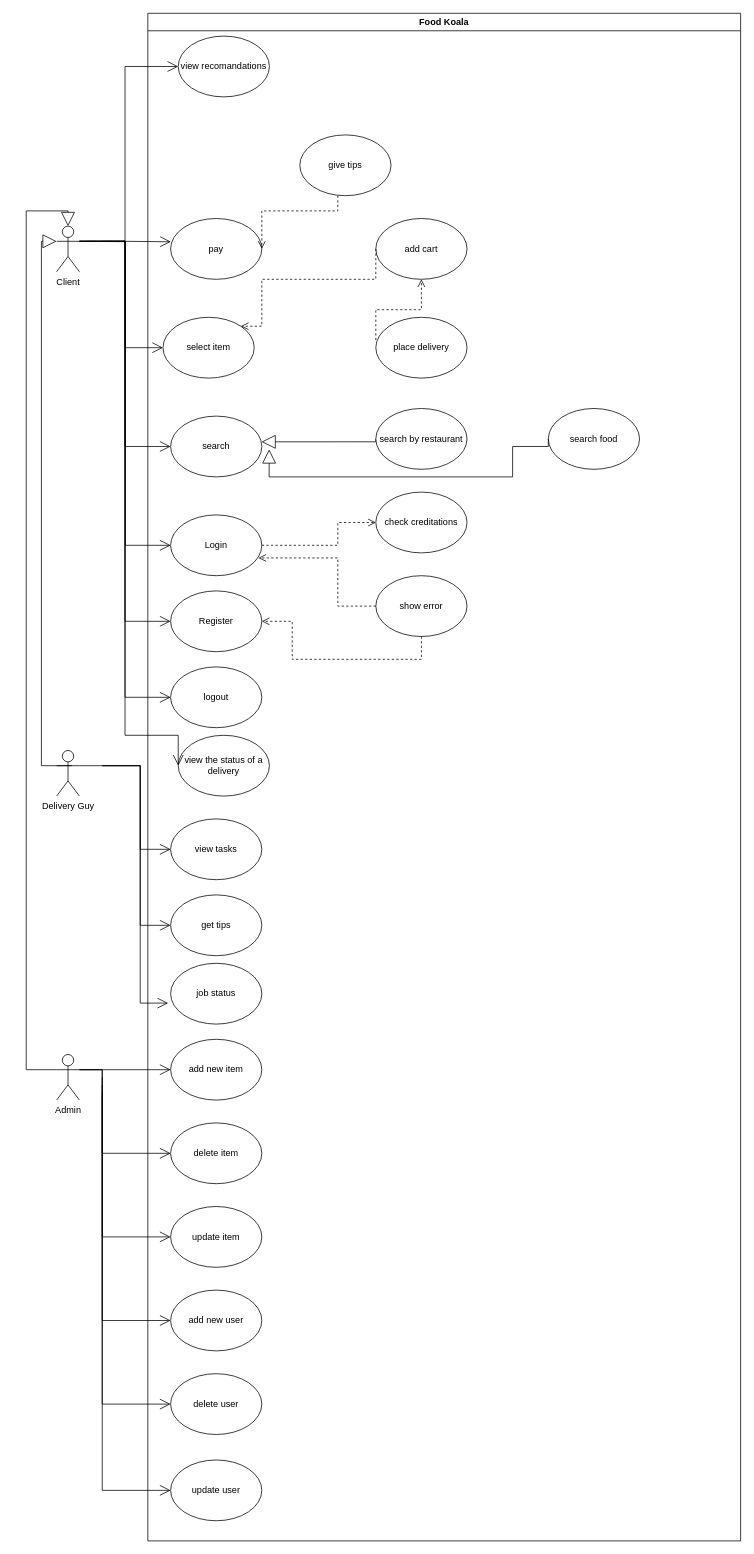
Above: useCaseProject.drawio in PaulaSirghi/IS-proiect (draw.io), before the change. Source tidied: cells renumbered, new cells numbered last; positions are measured from the earlier drawing's top-left corner, leaving out a move shared by most shapes. Both pictures are drawn from the tidied source at 76%, with x=0, y=0 at pixel (26, 13).
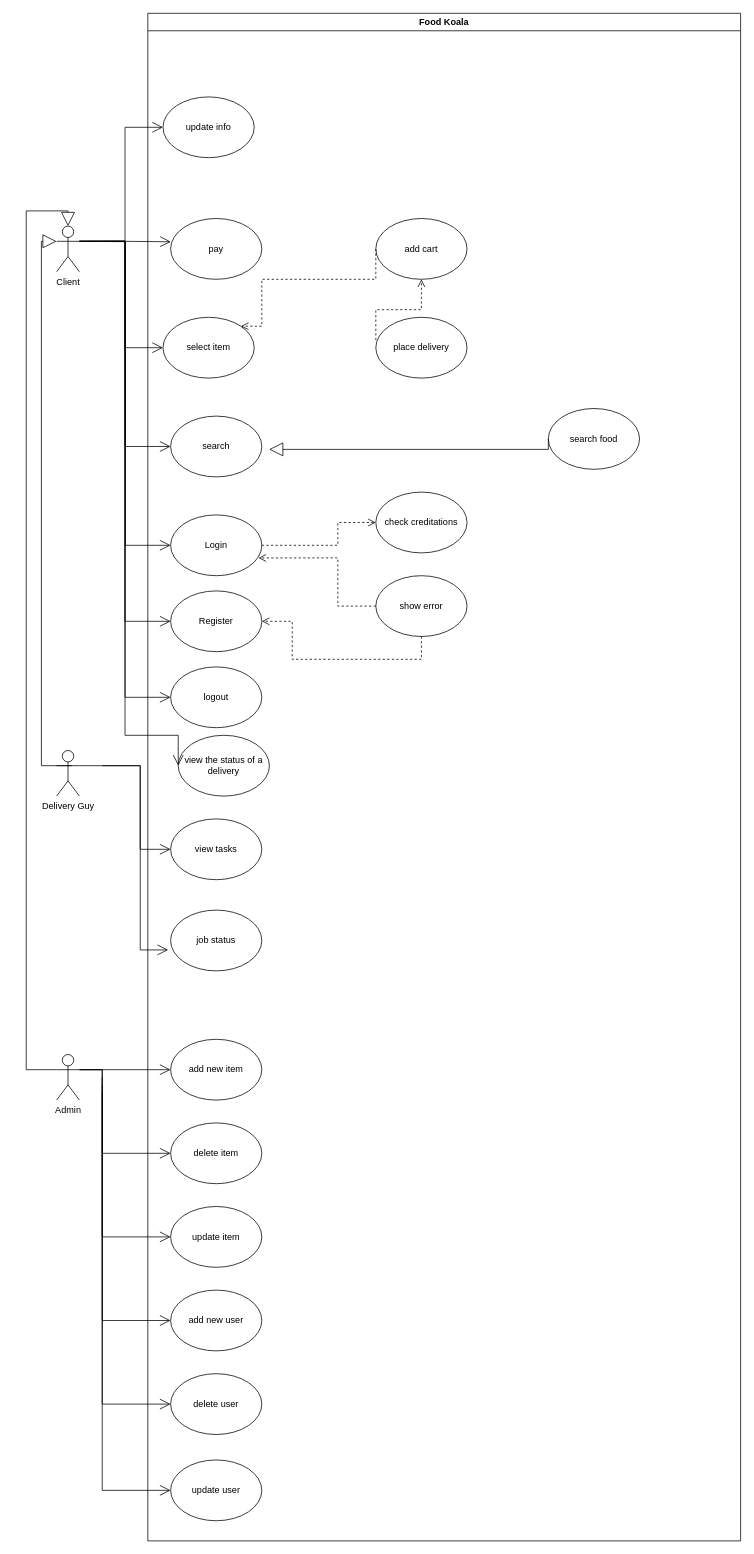
Above is the later version.

Unchanged cells that the change refers to:
```xml
<mxCell id="4" value="pay" style="ellipse;whiteSpace=wrap;html=1;" parent="1" vertex="1">
  <mxGeometry x="190" y="270" width="120" height="80" as="geometry" />
</mxCell>
<mxCell id="5" value="search" style="ellipse;whiteSpace=wrap;html=1;" parent="1" vertex="1">
  <mxGeometry x="190" y="530" width="120" height="80" as="geometry" />
</mxCell>
<mxCell id="28" value="Food Koala" style="swimlane;" parent="1" vertex="1">
  <mxGeometry x="160" width="780" height="2010" as="geometry" />
</mxCell>
<mxCell id="35" value="search food" style="ellipse;whiteSpace=wrap;html=1;" parent="28" vertex="1">
  <mxGeometry x="527" y="520" width="120" height="80" as="geometry" />
</mxCell>
```

The edit, as a diff of the source:
```diff
@@
-    <mxCell id="14" style="endArrow=block;endSize=16;endFill=0;html=1;rounded=0;edgeStyle=orthogonalEdgeStyle;exitX=0;exitY=0.5;exitDx=0;exitDy=0;entryX=0.997;entryY=0.423;entryDx=0;entryDy=0;entryPerimeter=0;" parent="1" edge="1" source="32" target="5">
-      <mxGeometry x="0.25" y="70" relative="1" as="geometry">
-        <Array as="points">
-          <mxPoint x="460" y="564" />
-        </Array>
-      </mxGeometry>
-    </mxCell>
@@
-    <mxCell id="23" value="job status" style="ellipse;whiteSpace=wrap;html=1;" parent="1" vertex="1">
-      <mxGeometry x="190" y="1250" width="120" height="80" as="geometry" />
-    </mxCell>
-    <mxCell id="24" value="get tips" style="ellipse;whiteSpace=wrap;html=1;" parent="1" vertex="1">
-      <mxGeometry x="190" y="1160" width="120" height="80" as="geometry" />
-    </mxCell>
@@
-    <mxCell id="32" value="search by restaurant" style="ellipse;whiteSpace=wrap;html=1;" parent="28" vertex="1">
-      <mxGeometry x="300" y="520" width="120" height="80" as="geometry" />
-    </mxCell>
@@
-    <mxCell id="36" value="view recomandations" style="ellipse;whiteSpace=wrap;html=1;" parent="28" vertex="1">
-      <mxGeometry x="40" y="30" width="120" height="80" as="geometry" />
-    </mxCell>
@@
-    <mxCell id="39" value="give tips" style="ellipse;whiteSpace=wrap;html=1;" parent="28" vertex="1">
-      <mxGeometry x="200" y="160" width="120" height="80" as="geometry" />
-    </mxCell>
+    <mxCell id="23" value="job status" style="ellipse;whiteSpace=wrap;html=1;" parent="28" vertex="1">
+      <mxGeometry x="30" y="1180" width="120" height="80" as="geometry" />
+    </mxCell>
+    <mxCell id="57" value="update info" style="ellipse;whiteSpace=wrap;html=1;" parent="28" vertex="1">
+      <mxGeometry x="20" y="110" width="120" height="80" as="geometry" />
+    </mxCell>
@@
-    <mxCell id="50" style="endArrow=open;endFill=1;endSize=12;html=1;rounded=0;edgeStyle=orthogonalEdgeStyle;entryX=0;entryY=0.5;entryDx=0;entryDy=0;" parent="1" edge="1" target="24">
-      <mxGeometry relative="1" as="geometry">
-        <mxPoint x="100" y="990" as="sourcePoint" />
-        <Array as="points">
-          <mxPoint x="150" y="990" />
-          <mxPoint x="150" y="1200" />
-        </Array>
-      </mxGeometry>
-    </mxCell>
     <mxCell id="51" style="endArrow=open;endFill=1;endSize=12;html=1;rounded=0;edgeStyle=orthogonalEdgeStyle;entryX=-0.027;entryY=0.655;entryDx=0;entryDy=0;entryPerimeter=0;" parent="1" edge="1" target="23">
       <mxGeometry relative="1" as="geometry">
         <mxPoint x="100" y="990" as="sourcePoint" />
         <Array as="points">
-          <mxPoint x="100" y="990" />
           <mxPoint x="150" y="990" />
-          <mxPoint x="150" y="1302" />
+          <mxPoint x="150" y="1232" />
         </Array>
       </mxGeometry>
     </mxCell>
@@
-    <mxCell id="53" style="endArrow=open;endFill=1;endSize=12;html=1;rounded=0;edgeStyle=orthogonalEdgeStyle;entryX=0;entryY=0.5;entryDx=0;entryDy=0;" parent="1" edge="1">
-      <mxGeometry relative="1" as="geometry">
-        <mxPoint x="80" y="300" as="sourcePoint" />
-        <mxPoint x="200" y="70" as="targetPoint" />
-        <Array as="points">
-          <mxPoint x="80" y="300" />
-          <mxPoint x="130" y="300" />
-          <mxPoint x="130" y="70" />
-        </Array>
-      </mxGeometry>
-    </mxCell>
@@
-    <mxCell id="55" style="html=1;verticalAlign=bottom;endArrow=open;dashed=1;endSize=8;rounded=0;edgeStyle=orthogonalEdgeStyle;entryX=1;entryY=0.5;entryDx=0;entryDy=0;" parent="1" edge="1" target="4">
-      <mxGeometry x="0.04" y="-40" relative="1" as="geometry">
-        <mxPoint x="410" y="240" as="sourcePoint" />
-        <Array as="points">
-          <mxPoint x="410" y="260" />
-          <mxPoint x="310" y="260" />
-        </Array>
-      </mxGeometry>
-    </mxCell>
     <mxCell id="56" style="endArrow=block;endSize=16;endFill=0;html=1;rounded=0;edgeStyle=orthogonalEdgeStyle;entryX=0.997;entryY=0.423;entryDx=0;entryDy=0;entryPerimeter=0;exitX=0;exitY=0.5;exitDx=0;exitDy=0;" parent="1" edge="1" source="35">
       <mxGeometry x="0.25" y="70" relative="1" as="geometry">
         <mxPoint x="319.6" y="573.8" as="targetPoint" />
         <Array as="points">
-          <mxPoint x="687" y="570" />
-          <mxPoint x="640" y="570" />
-          <mxPoint x="640" y="610" />
-          <mxPoint x="320" y="610" />
+          <mxPoint x="687" y="574" />
         </Array>
       </mxGeometry>
     </mxCell>
+    <mxCell id="58" style="endArrow=open;endFill=1;endSize=12;html=1;rounded=0;edgeStyle=orthogonalEdgeStyle;entryX=0;entryY=0.5;entryDx=0;entryDy=0;" parent="1" edge="1" target="57">
+      <mxGeometry relative="1" as="geometry">
+        <mxPoint x="80" y="300" as="sourcePoint" />
+        <Array as="points">
+          <mxPoint x="130" y="300" />
+          <mxPoint x="130" y="150" />
+        </Array>
+      </mxGeometry>
+    </mxCell>
```
